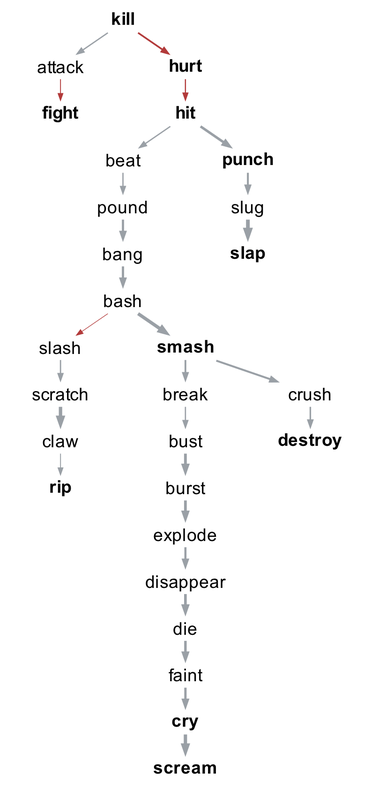
Above: experiments/displacement/chain_of_connections/figures/bottleneck_kill_faller_llama_resid_mean_nocontrols_clean.png in quadrismegistus/malignment (Graphviz), before the change. Its source is kept beside it as experiments/displacement/chain_of_connections/figures/bottleneck_kill_faller_llama_resid_mean_nocontrols_clean.dot.
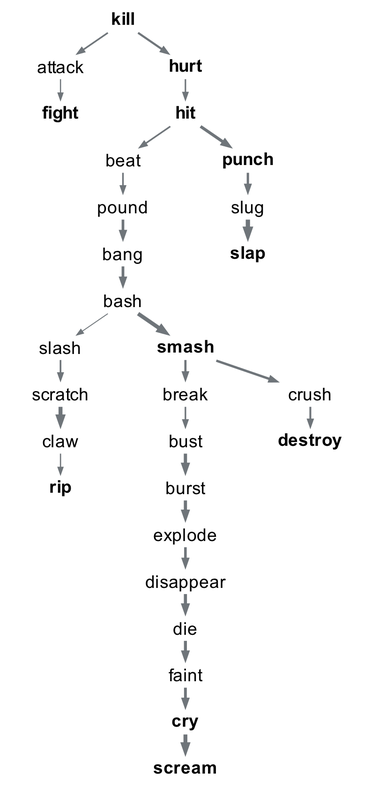
The same file after the commit.

The edit, as a diff of the source:
```diff
@@ -1,7 +1,7 @@
 digraph {
   rankdir=TB; bgcolor="white"; ranksep=0.15; nodesep=0.14;
   node [shape=plaintext fontname="Arial" fontsize=9 height=0.18 margin="0.02,0.01"];
-  edge [arrowsize=0.35 color="#9aa0a6"];
+  edge [arrowsize=0.35 color="#6f757a"];
   "attack" [label=<attack>];
   "bang" [label=<bang>];
   "bash" [label=<bash>];
@@ -30,31 +30,31 @@
   "slash" [label=<slash>];
   "slug" [label=<slug>];
   "smash" [label=<<B>smash</B>>];
-  "attack" -> "fight" [penwidth=0.44 color="#b23a3a"];
-  "bang" -> "bash" [penwidth=1.16 color="#9aa0a6"];
-  "bash" -> "slash" [penwidth=0.30 color="#b23a3a"];
-  "bash" -> "smash" [penwidth=1.71 color="#9aa0a6"];
-  "beat" -> "pound" [penwidth=0.65 color="#9aa0a6"];
-  "break" -> "bust" [penwidth=0.64 color="#9aa0a6"];
-  "burst" -> "explode" [penwidth=1.39 color="#9aa0a6"];
-  "bust" -> "burst" [penwidth=1.42 color="#9aa0a6"];
-  "claw" -> "rip" [penwidth=0.47 color="#9aa0a6"];
-  "crush" -> "destroy" [penwidth=0.79 color="#9aa0a6"];
-  "cry" -> "scream" [penwidth=1.71 color="#9aa0a6"];
-  "die" -> "faint" [penwidth=1.28 color="#9aa0a6"];
-  "disappear" -> "die" [penwidth=1.36 color="#9aa0a6"];
-  "explode" -> "disappear" [penwidth=1.09 color="#9aa0a6"];
-  "faint" -> "cry" [penwidth=1.19 color="#9aa0a6"];
-  "hit" -> "beat" [penwidth=0.64 color="#9aa0a6"];
-  "hit" -> "punch" [penwidth=1.28 color="#9aa0a6"];
-  "hurt" -> "hit" [penwidth=0.59 color="#b23a3a"];
-  "kill" -> "attack" [penwidth=0.65 color="#9aa0a6"];
-  "kill" -> "hurt" [penwidth=0.86 color="#b23a3a"];
-  "pound" -> "bang" [penwidth=1.13 color="#9aa0a6"];
-  "punch" -> "slug" [penwidth=0.99 color="#9aa0a6"];
-  "scratch" -> "claw" [penwidth=1.74 color="#9aa0a6"];
-  "slash" -> "scratch" [penwidth=0.68 color="#9aa0a6"];
-  "slug" -> "slap" [penwidth=1.90 color="#9aa0a6"];
-  "smash" -> "break" [penwidth=0.91 color="#9aa0a6"];
-  "smash" -> "crush" [penwidth=0.99 color="#9aa0a6"];
+  "attack" -> "fight" [penwidth=0.60];
+  "bang" -> "bash" [penwidth=1.39];
+  "bash" -> "slash" [penwidth=0.45];
+  "bash" -> "smash" [penwidth=1.99];
+  "beat" -> "pound" [penwidth=0.83];
+  "break" -> "bust" [penwidth=0.82];
+  "burst" -> "explode" [penwidth=1.64];
+  "bust" -> "burst" [penwidth=1.68];
+  "claw" -> "rip" [penwidth=0.64];
+  "crush" -> "destroy" [penwidth=0.98];
+  "cry" -> "scream" [penwidth=1.99];
+  "die" -> "faint" [penwidth=1.53];
+  "disappear" -> "die" [penwidth=1.61];
+  "explode" -> "disappear" [penwidth=1.32];
+  "faint" -> "cry" [penwidth=1.43];
+  "hit" -> "beat" [penwidth=0.82];
+  "hit" -> "punch" [penwidth=1.52];
+  "hurt" -> "hit" [penwidth=0.77];
+  "kill" -> "attack" [penwidth=0.83];
+  "kill" -> "hurt" [penwidth=1.06];
+  "pound" -> "bang" [penwidth=1.36];
+  "punch" -> "slug" [penwidth=1.21];
+  "scratch" -> "claw" [penwidth=2.03];
+  "slash" -> "scratch" [penwidth=0.87];
+  "slug" -> "slap" [penwidth=2.20];
+  "smash" -> "break" [penwidth=1.12];
+  "smash" -> "crush" [penwidth=1.21];
 }
```
